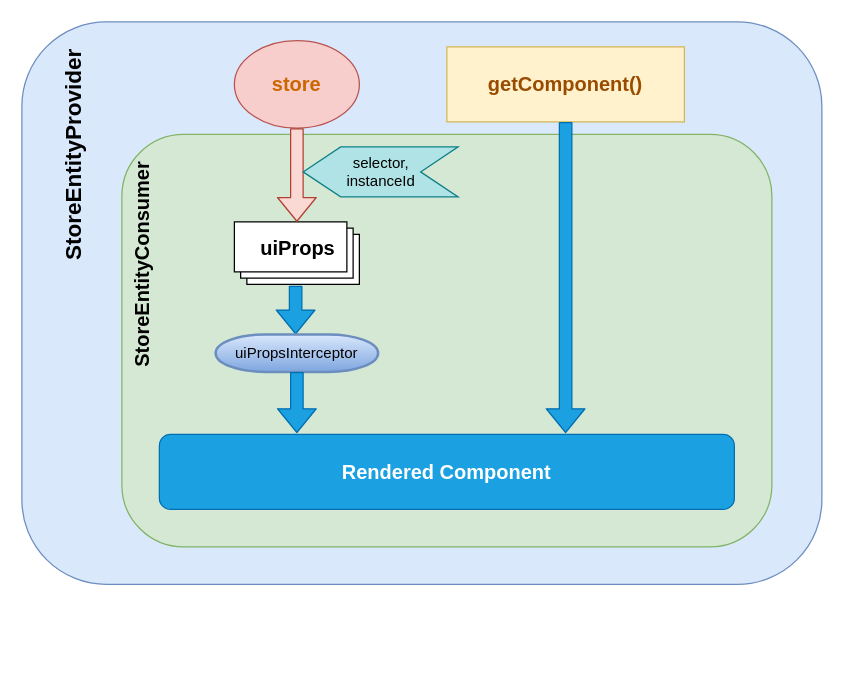
This is UnifiedSettings.drawio from windsonic/files, a draw.io file, before an edit. Source tidied: cells renumbered, new cells numbered last; positions are measured from the earlier drawing's top-left corner, leaving out a move shared by most shapes. Both pictures are drawn from the tidied source at 125%, with x=0, y=0 at pixel (21, 21).
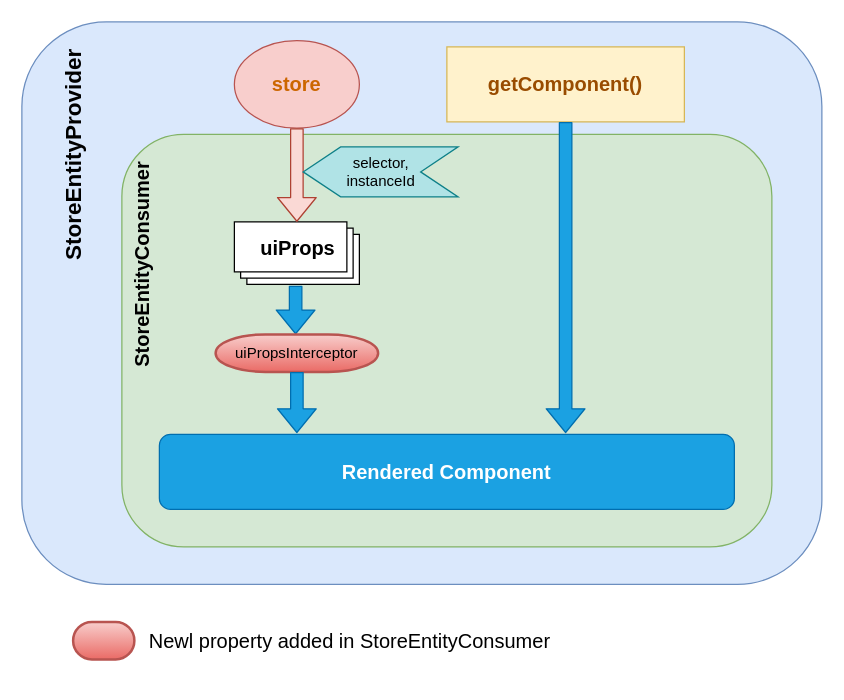
After the change.

The edit, as a diff of the source:
```diff
@@
 <mxGraphModel>
   <root>
     <mxCell id="0" />
     <mxCell id="1" parent="0" />
     <mxCell id="2" value="&lt;div&gt;&lt;h2&gt;StoreEntityProvider&lt;/h2&gt;&lt;/div&gt;" style="rounded=1;whiteSpace=wrap;html=1;fillOpacity=100;fillColor=#dae8fc;align=right;spacingLeft=20;direction=west;horizontal=0;verticalAlign=top;strokeOpacity=100;spacingTop=10;strokeColor=#6c8ebf;spacingRight=20;" parent="1" vertex="1">
       <mxGeometry width="640" height="450" as="geometry" />
     </mxCell>
     <mxCell id="3" value="&lt;font size=&quot;1&quot; color=&quot;#CC6600&quot;&gt;&lt;b style=&quot;font-size: 16px&quot;&gt;store&lt;/b&gt;&lt;/font&gt;" style="ellipse;whiteSpace=wrap;html=1;fillColor=#f8cecc;align=center;strokeColor=#b85450;" parent="1" vertex="1">
       <mxGeometry x="170" y="15" width="100" height="70" as="geometry" />
     </mxCell>
     <mxCell id="4" value="&lt;font style=&quot;font-size: 16px&quot;&gt;&lt;b&gt;getComponent()&lt;/b&gt;&lt;/font&gt;" style="rounded=0;whiteSpace=wrap;html=1;align=center;fillColor=#fff2cc;strokeColor=#d6b656;fontColor=#994C00;" parent="1" vertex="1">
       <mxGeometry x="340" y="20" width="190" height="60" as="geometry" />
     </mxCell>
     <mxCell id="5" value="&lt;font style=&quot;font-size: 16px&quot;&gt;&lt;b&gt;StoreEntityConsumer&lt;/b&gt;&lt;/font&gt;" style="rounded=1;whiteSpace=wrap;html=1;fillColor=#d5e8d4;align=right;horizontal=0;verticalAlign=top;spacingRight=20;strokeColor=#82b366;" parent="1" vertex="1">
       <mxGeometry x="80" y="90" width="520" height="330" as="geometry" />
     </mxCell>
     <mxCell id="6" value="&lt;font style=&quot;font-size: 16px&quot;&gt;&lt;b&gt;Rendered Component&lt;/b&gt;&lt;/font&gt;" style="rounded=1;whiteSpace=wrap;html=1;fillColor=#1ba1e2;fontColor=#ffffff;align=center;strokeColor=#006EAF;" parent="1" vertex="1">
       <mxGeometry x="110" y="330" width="460" height="60" as="geometry" />
     </mxCell>
     <mxCell id="7" style="shape=flexArrow;endArrow=classic;html=1;fontColor=#000000;exitX=0.5;exitY=1;exitDx=0;exitDy=0;fillColor=#1ba1e2;strokeColor=#006EAF;" parent="1" edge="1" source="4">
       <mxGeometry relative="1" as="geometry">
         <mxPoint x="435" y="329" as="targetPoint" />
       </mxGeometry>
     </mxCell>
     <mxCell id="8" value="&lt;div&gt;&lt;br&gt;&lt;/div&gt;" style="verticalLabelPosition=bottom;verticalAlign=middle;html=1;shape=mxgraph.basic.layered_rect;dx=10;outlineConnect=0;fillColor=#ffffff;fontColor=#000000;align=right;" parent="1" vertex="1">
       <mxGeometry x="170" y="160" width="100" height="50" as="geometry" />
     </mxCell>
     <mxCell id="9" style="shape=flexArrow;endArrow=classic;html=1;fontColor=#000000;exitX=0.5;exitY=1;exitDx=0;exitDy=0;fillColor=#fad9d5;strokeColor=#ae4132;" parent="1" edge="1" source="3" target="8">
       <mxGeometry relative="1" as="geometry" />
     </mxCell>
     <mxCell id="10" value="&lt;div&gt;selector,&lt;/div&gt;&lt;div&gt;instanceId&lt;br&gt;&lt;/div&gt;" style="html=1;shadow=0;dashed=0;align=center;verticalAlign=middle;shape=mxgraph.arrows2.arrow;dy=0;dx=30;notch=30;fillColor=#b0e3e6;direction=west;strokeColor=#0e8088;" parent="1" vertex="1">
       <mxGeometry x="225" y="100" width="124" height="40" as="geometry" />
     </mxCell>
     <mxCell id="11" value="&lt;font style=&quot;font-size: 16px&quot;&gt;&lt;b&gt;uiProps&lt;/b&gt;&lt;/font&gt;" style="rounded=0;whiteSpace=wrap;html=1;fontColor=#000000;align=center;fillColor=none;strokeColor=none;" parent="1" vertex="1">
       <mxGeometry x="171" y="151" width="100" height="60" as="geometry" />
     </mxCell>
     <mxCell id="12" style="shape=flexArrow;endArrow=classic;html=1;fontColor=#000000;fillColor=#1ba1e2;strokeColor=#006EAF;" parent="1" edge="1">
       <mxGeometry relative="1" as="geometry">
         <mxPoint x="219" y="211" as="sourcePoint" />
         <mxPoint x="219" y="250" as="targetPoint" />
       </mxGeometry>
     </mxCell>
-    <mxCell id="13" value="&lt;font style=&quot;font-size: 12px&quot;&gt;uiPropsInterceptor&lt;/font&gt;" style="strokeWidth=2;html=1;shape=mxgraph.flowchart.terminator;whiteSpace=wrap;fillColor=#dae8fc;align=center;gradientColor=#7ea6e0;strokeColor=#6c8ebf;" parent="1" vertex="1">
+    <mxCell id="13" value="&lt;font style=&quot;font-size: 12px&quot;&gt;uiPropsInterceptor&lt;/font&gt;" style="strokeWidth=2;html=1;shape=mxgraph.flowchart.terminator;whiteSpace=wrap;fillColor=#f8cecc;align=center;gradientColor=#ea6b66;strokeColor=#b85450;" parent="1" vertex="1">
       <mxGeometry x="155" y="250" width="130" height="30" as="geometry" />
     </mxCell>
     <mxCell id="14" style="shape=flexArrow;endArrow=classic;html=1;fontColor=#000000;fillColor=#1ba1e2;strokeColor=#006EAF;" parent="1" edge="1">
       <mxGeometry relative="1" as="geometry">
         <mxPoint x="220" y="280" as="sourcePoint" />
         <mxPoint x="220" y="329" as="targetPoint" />
       </mxGeometry>
     </mxCell>
+    <mxCell id="15" style="strokeWidth=2;html=1;shape=mxgraph.flowchart.terminator;whiteSpace=wrap;fillColor=#f8cecc;align=center;gradientColor=#ea6b66;strokeColor=#b85450;" parent="1" vertex="1">
+      <mxGeometry x="41" y="480" width="49" height="30" as="geometry" />
+    </mxCell>
+    <mxCell id="16" value="&lt;div style=&quot;font-size: 16px;&quot;&gt;Newl property added in StoreEntityConsumer&lt;br style=&quot;font-size: 16px;&quot;&gt;&lt;/div&gt;" style="rounded=0;whiteSpace=wrap;html=1;fillColor=none;fontColor=#000000;align=left;strokeColor=none;fontSize=16;" parent="1" vertex="1">
+      <mxGeometry x="100" y="465" width="350" height="60" as="geometry" />
+    </mxCell>
   </root>
 </mxGraphModel>
```
